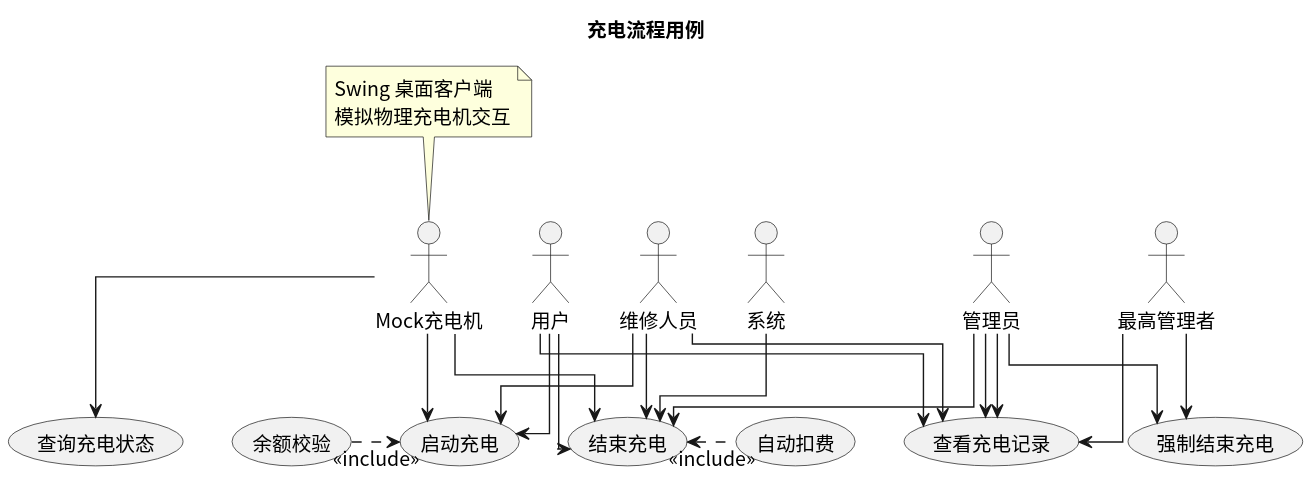
Before: usecase/docs/backend/img/charging_flow.svg, a diagram exported from PlantUML (greenhandzdl/charging-station-doc).
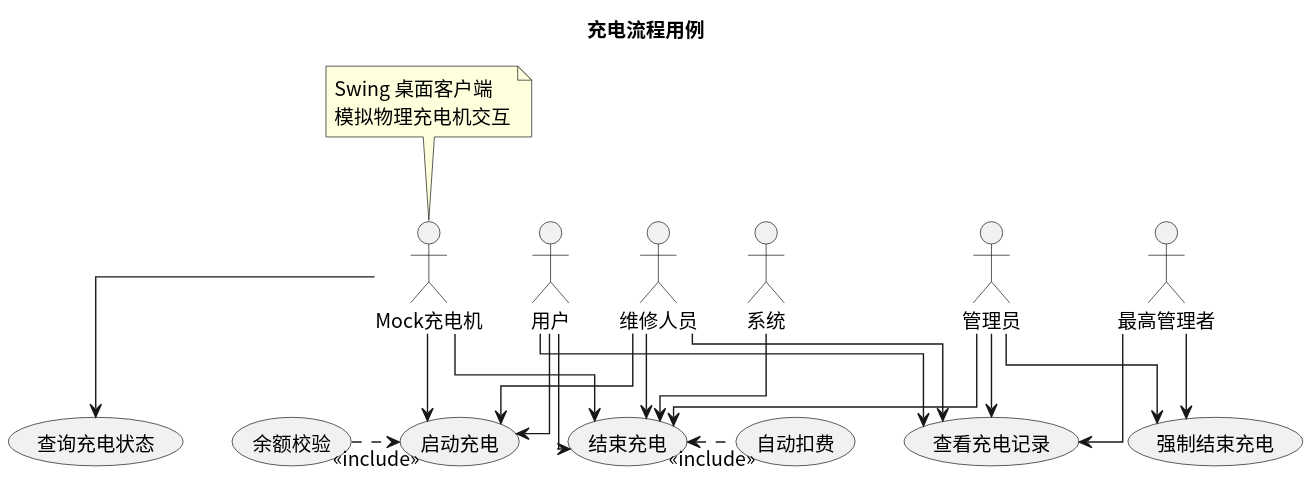
Later version of the same file.

The edit, as a diff of the source:
```diff
@@ -28,7 +28,6 @@
 A --> 查看充电记录
 A --> 强制结束充电
 A --> 结束充电
-A --> 查看充电记录
 SA --> 强制结束充电
 SA --> 查看充电记录
 MC --> 启动充电
```
